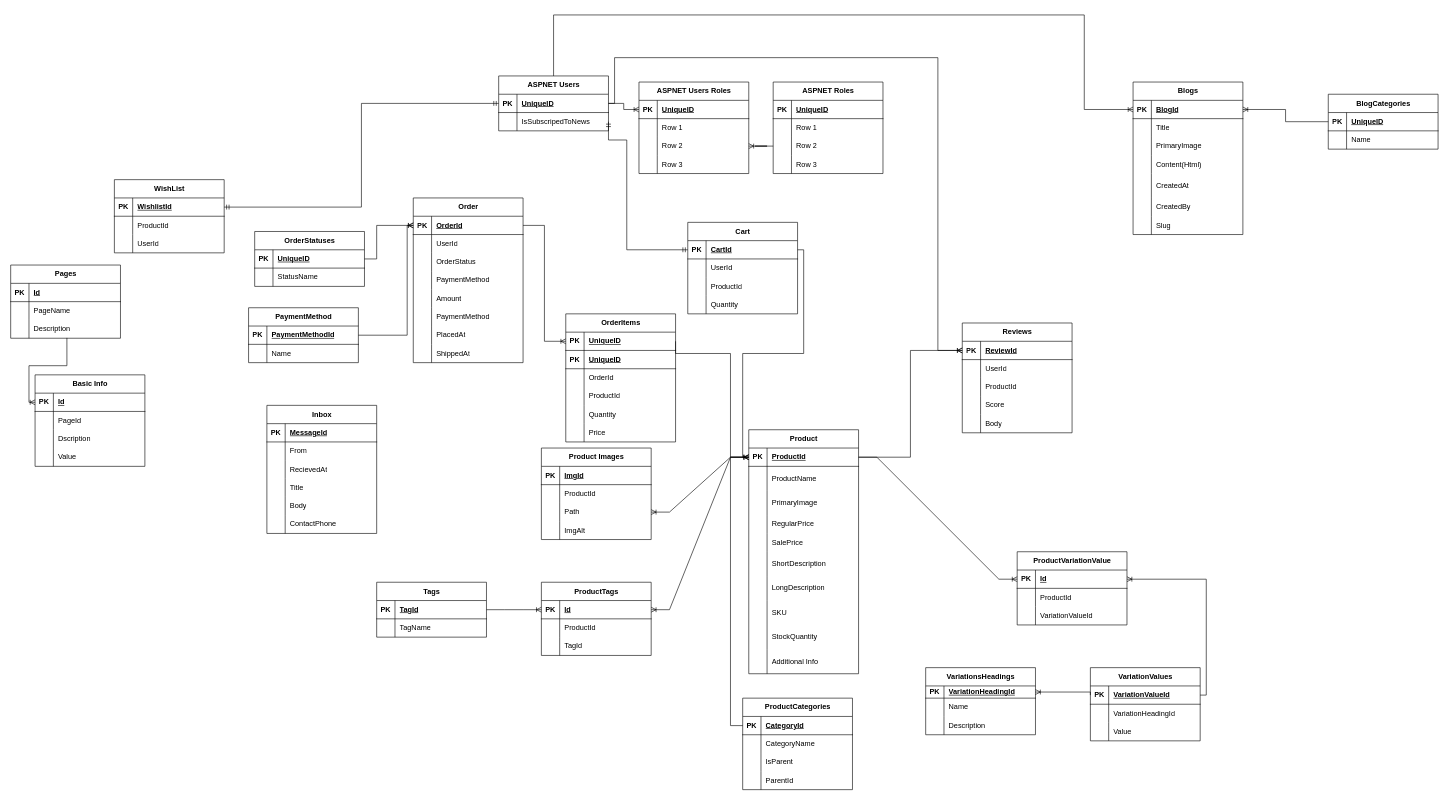
This is Untitled Diagram.drawio from mohamedvoli/Uthr, a draw.io file, before an edit. Source tidied: cells renumbered, new cells numbered last; positions are measured from the earlier drawing's top-left corner, leaving out a move shared by most shapes. Both pictures are drawn from the tidied source at 61%, with x=0, y=0 at pixel (10, 15).
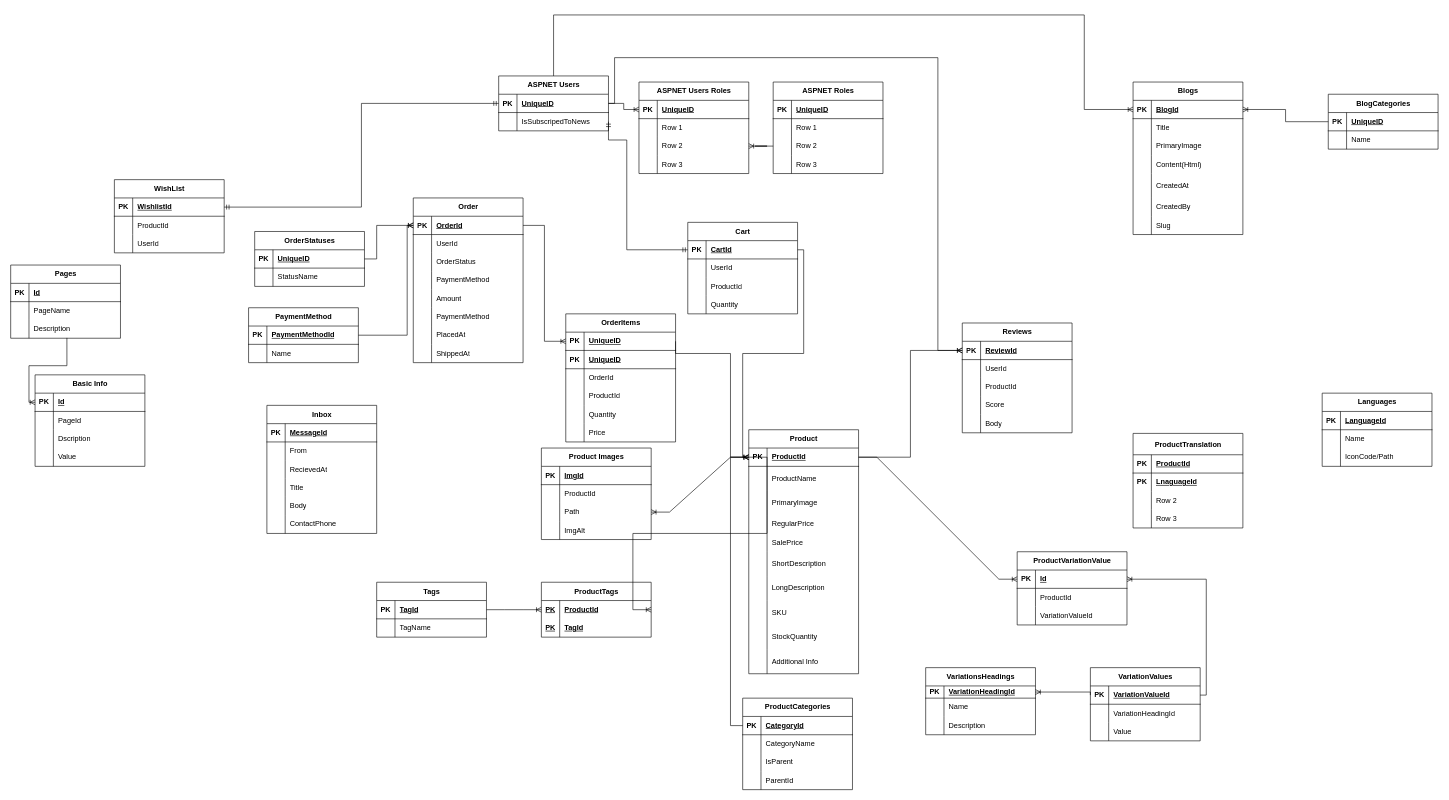
The same diagram, later.

The change refers to these unchanged cells:
```xml
<mxCell id="61" style="shape=tableRow;horizontal=0;startSize=0;swimlaneHead=0;swimlaneBody=0;fillColor=none;points=[[0,0.5],[1,0.5]];portConstraint=eastwest;top=0;left=0;right=0;bottom=1;" parent="60" vertex="1">
  <mxGeometry y="30" width="180" height="30" as="geometry" />
</mxCell>
<mxCell id="92" style="shape=tableRow;horizontal=0;startSize=0;swimlaneHead=0;swimlaneBody=0;fillColor=none;points=[[0,0.5],[1,0.5]];portConstraint=eastwest;top=0;left=0;right=0;bottom=1;" parent="91" vertex="1">
  <mxGeometry y="30" width="180" height="30" as="geometry" />
</mxCell>
```

The edit, as a diff of the source:
```diff
@@
     <mxCell id="112" value="ProductTags" style="shape=table;startSize=30;childLayout=tableLayout;rowLines=0;fontStyle=1;align=center;html=1;" parent="1" vertex="1">
-      <mxGeometry x="870" y="930" width="180" height="120" as="geometry" />
+      <mxGeometry x="870" y="930" width="180" height="90" as="geometry" />
     </mxCell>
-    <mxCell id="113" style="shape=tableRow;horizontal=0;startSize=0;swimlaneHead=0;swimlaneBody=0;fillColor=none;points=[[0,0.5],[1,0.5]];portConstraint=eastwest;top=0;left=0;right=0;bottom=1;" parent="112" vertex="1">
-      <mxGeometry y="30" width="180" height="30" as="geometry" />
-    </mxCell>
-    <mxCell id="114" value="PK" style="shape=partialRectangle;fillColor=none;top=0;left=0;bottom=0;right=0;fontStyle=1;overflow=hidden;whiteSpace=wrap;html=1;" parent="113" vertex="1">
-      <mxGeometry width="30" height="30" as="geometry" />
-    </mxCell>
-    <mxCell id="115" value="Id" style="shape=partialRectangle;fillColor=none;top=0;left=0;bottom=0;right=0;align=left;spacingLeft=6;fontStyle=5;overflow=hidden;whiteSpace=wrap;html=1;" parent="113" vertex="1">
-      <mxGeometry x="30" width="150" height="30" as="geometry" />
-    </mxCell>
     <mxCell id="116" style="shape=tableRow;horizontal=0;startSize=0;swimlaneHead=0;swimlaneBody=0;fillColor=none;top=0;left=0;right=0;bottom=0;" parent="112" vertex="1">
-      <mxGeometry y="60" width="180" height="30" as="geometry" />
+      <mxGeometry y="30" width="180" height="30" as="geometry" />
     </mxCell>
-    <mxCell id="117" style="shape=partialRectangle;fillColor=none;top=0;left=0;bottom=0;right=0;overflow=hidden;whiteSpace=wrap;html=1;" parent="116" vertex="1">
+    <mxCell id="117" value="P&lt;span style=&quot;background-color: transparent; color: light-dark(rgb(0, 0, 0), rgb(255, 255, 255));&quot;&gt;K&lt;/span&gt;" style="shape=partialRectangle;fillColor=none;top=0;left=0;bottom=0;right=0;overflow=hidden;whiteSpace=wrap;html=1;fontStyle=5;" parent="116" vertex="1">
       <mxGeometry width="30" height="30" as="geometry" />
     </mxCell>
-    <mxCell id="118" value="ProductId" style="shape=partialRectangle;fillColor=none;top=0;left=0;bottom=0;right=0;align=left;spacingLeft=6;overflow=hidden;whiteSpace=wrap;html=1;" parent="116" vertex="1">
+    <mxCell id="118" value="&lt;u&gt;ProductId&lt;/u&gt;" style="shape=partialRectangle;fillColor=none;top=0;left=0;bottom=0;right=0;align=left;spacingLeft=6;overflow=hidden;whiteSpace=wrap;html=1;fontStyle=1;" parent="116" vertex="1">
       <mxGeometry x="30" width="150" height="30" as="geometry" />
     </mxCell>
     <mxCell id="119" style="shape=tableRow;horizontal=0;startSize=0;swimlaneHead=0;swimlaneBody=0;fillColor=none;top=0;left=0;right=0;bottom=0;" parent="112" vertex="1">
-      <mxGeometry y="90" width="180" height="30" as="geometry" />
+      <mxGeometry y="60" width="180" height="30" as="geometry" />
     </mxCell>
-    <mxCell id="120" style="shape=partialRectangle;fillColor=none;top=0;left=0;bottom=0;right=0;overflow=hidden;whiteSpace=wrap;html=1;" parent="119" vertex="1">
+    <mxCell id="120" value="PK" style="shape=partialRectangle;fillColor=none;top=0;left=0;bottom=0;right=0;overflow=hidden;whiteSpace=wrap;html=1;fontStyle=5;" parent="119" vertex="1">
       <mxGeometry width="30" height="30" as="geometry" />
     </mxCell>
-    <mxCell id="121" value="TagId" style="shape=partialRectangle;fillColor=none;top=0;left=0;bottom=0;right=0;align=left;spacingLeft=6;overflow=hidden;whiteSpace=wrap;html=1;" parent="119" vertex="1">
+    <mxCell id="121" value="TagId" style="shape=partialRectangle;fillColor=none;top=0;left=0;bottom=0;right=0;align=left;spacingLeft=6;overflow=hidden;whiteSpace=wrap;html=1;fontStyle=5;" parent="119" vertex="1">
       <mxGeometry x="30" width="150" height="30" as="geometry" />
     </mxCell>
-    <mxCell id="122" style="edgeStyle=entityRelationEdgeStyle;fontSize=12;html=1;endArrow=ERoneToMany;rounded=0;exitX=0;exitY=0.5;exitDx=0;exitDy=0;entryX=1;entryY=0.5;entryDx=0;entryDy=0;" parent="1" edge="1" source="61" target="113">
-      <mxGeometry relative="1" as="geometry" />
+    <mxCell id="122" style="edgeStyle=entityRelationEdgeStyle;fontSize=12;html=1;endArrow=ERoneToMany;rounded=0;exitX=0;exitY=0.5;exitDx=0;exitDy=0;entryX=1;entryY=0.5;entryDx=0;entryDy=0;" parent="1" edge="1" source="61">
+      <mxGeometry relative="1" as="geometry">
+        <mxPoint x="1050" y="975" as="targetPoint" />
+      </mxGeometry>
     </mxCell>
-    <mxCell id="123" style="edgeStyle=entityRelationEdgeStyle;fontSize=12;html=1;endArrow=ERoneToMany;rounded=0;entryX=0;entryY=0.5;entryDx=0;entryDy=0;exitX=1;exitY=0.5;exitDx=0;exitDy=0;" parent="1" edge="1" source="92" target="113">
-      <mxGeometry relative="1" as="geometry" />
+    <mxCell id="123" style="edgeStyle=entityRelationEdgeStyle;fontSize=12;html=1;endArrow=ERoneToMany;rounded=0;entryX=0;entryY=0.5;entryDx=0;entryDy=0;exitX=1;exitY=0.5;exitDx=0;exitDy=0;" parent="1" edge="1" source="92">
+      <mxGeometry relative="1" as="geometry">
+        <mxPoint x="870" y="975" as="targetPoint" />
+      </mxGeometry>
     </mxCell>
@@
+    <mxCell id="328" value="Languages" style="shape=table;startSize=30;childLayout=tableLayout;rowLines=0;fontStyle=1;align=center;html=1;" parent="1" vertex="1">
+      <mxGeometry x="2150" y="620" width="180" height="120" as="geometry" />
+    </mxCell>
+    <mxCell id="113" style="shape=tableRow;horizontal=0;startSize=0;swimlaneHead=0;swimlaneBody=0;fillColor=none;points=[[0,0.5],[1,0.5]];portConstraint=eastwest;top=0;left=0;right=0;bottom=1;" parent="328" vertex="1">
+      <mxGeometry y="30" width="180" height="30" as="geometry" />
+    </mxCell>
+    <mxCell id="329" value="PK" style="shape=partialRectangle;fillColor=none;top=0;left=0;bottom=0;right=0;fontStyle=1;overflow=hidden;whiteSpace=wrap;html=1;" parent="113" vertex="1">
+      <mxGeometry width="30" height="30" as="geometry" />
+    </mxCell>
+    <mxCell id="330" value="LanguageId" style="shape=partialRectangle;fillColor=none;top=0;left=0;bottom=0;right=0;align=left;spacingLeft=6;fontStyle=5;overflow=hidden;whiteSpace=wrap;html=1;" parent="113" vertex="1">
+      <mxGeometry x="30" width="150" height="30" as="geometry" />
+    </mxCell>
+    <mxCell id="331" style="shape=tableRow;horizontal=0;startSize=0;swimlaneHead=0;swimlaneBody=0;fillColor=none;top=0;left=0;right=0;bottom=0;" parent="328" vertex="1">
+      <mxGeometry y="60" width="180" height="30" as="geometry" />
+    </mxCell>
+    <mxCell id="332" style="shape=partialRectangle;fillColor=none;top=0;left=0;bottom=0;right=0;overflow=hidden;whiteSpace=wrap;html=1;" parent="331" vertex="1">
+      <mxGeometry width="30" height="30" as="geometry" />
+    </mxCell>
+    <mxCell id="333" value="Name" style="shape=partialRectangle;fillColor=none;top=0;left=0;bottom=0;right=0;align=left;spacingLeft=6;overflow=hidden;whiteSpace=wrap;html=1;" parent="331" vertex="1">
+      <mxGeometry x="30" width="150" height="30" as="geometry" />
+    </mxCell>
+    <mxCell id="334" style="shape=tableRow;horizontal=0;startSize=0;swimlaneHead=0;swimlaneBody=0;fillColor=none;top=0;left=0;right=0;bottom=0;" parent="328" vertex="1">
+      <mxGeometry y="90" width="180" height="30" as="geometry" />
+    </mxCell>
+    <mxCell id="335" style="shape=partialRectangle;fillColor=none;top=0;left=0;bottom=0;right=0;overflow=hidden;whiteSpace=wrap;html=1;" parent="334" vertex="1">
+      <mxGeometry width="30" height="30" as="geometry" />
+    </mxCell>
+    <mxCell id="336" value="IconCode/Path" style="shape=partialRectangle;fillColor=none;top=0;left=0;bottom=0;right=0;align=left;spacingLeft=6;overflow=hidden;whiteSpace=wrap;html=1;" parent="334" vertex="1">
+      <mxGeometry x="30" width="150" height="30" as="geometry" />
+    </mxCell>
+    <mxCell id="337" value="ProductTranslation" style="shape=table;startSize=35;childLayout=tableLayout;rowLines=0;fontStyle=1;align=center;html=1;" parent="1" vertex="1">
+      <mxGeometry x="1840" y="686" width="180" height="155" as="geometry" />
+    </mxCell>
+    <mxCell id="338" style="shape=tableRow;horizontal=0;startSize=0;swimlaneHead=0;swimlaneBody=0;fillColor=none;top=0;left=0;right=0;bottom=1;" parent="337" vertex="1">
+      <mxGeometry y="35" width="180" height="30" as="geometry" />
+    </mxCell>
+    <mxCell id="339" value="PK" style="shape=partialRectangle;fillColor=none;top=0;left=0;bottom=0;right=0;fontStyle=1;overflow=hidden;whiteSpace=wrap;html=1;" parent="338" vertex="1">
+      <mxGeometry width="30" height="30" as="geometry" />
+    </mxCell>
+    <mxCell id="340" value="ProductId" style="shape=partialRectangle;fillColor=none;top=0;left=0;bottom=0;right=0;align=left;spacingLeft=6;fontStyle=5;overflow=hidden;whiteSpace=wrap;html=1;" parent="338" vertex="1">
+      <mxGeometry x="30" width="150" height="30" as="geometry" />
+    </mxCell>
+    <mxCell id="341" style="shape=tableRow;horizontal=0;startSize=0;swimlaneHead=0;swimlaneBody=0;fillColor=none;top=0;left=0;right=0;bottom=0;" parent="337" vertex="1">
+      <mxGeometry y="65" width="180" height="30" as="geometry" />
+    </mxCell>
+    <mxCell id="342" value="&lt;b&gt;PK&lt;/b&gt;" style="shape=partialRectangle;fillColor=none;top=0;left=0;bottom=0;right=0;overflow=hidden;whiteSpace=wrap;html=1;" parent="341" vertex="1">
+      <mxGeometry width="30" height="30" as="geometry" />
+    </mxCell>
+    <mxCell id="343" value="&lt;b&gt;&lt;u&gt;LnaguageId&lt;/u&gt;&lt;/b&gt;" style="shape=partialRectangle;fillColor=none;top=0;left=0;bottom=0;right=0;align=left;spacingLeft=6;overflow=hidden;whiteSpace=wrap;html=1;" parent="341" vertex="1">
+      <mxGeometry x="30" width="150" height="30" as="geometry" />
+    </mxCell>
+    <mxCell id="344" style="shape=tableRow;horizontal=0;startSize=0;swimlaneHead=0;swimlaneBody=0;fillColor=none;top=0;left=0;right=0;bottom=0;" parent="337" vertex="1">
+      <mxGeometry y="95" width="180" height="30" as="geometry" />
+    </mxCell>
+    <mxCell id="345" style="shape=partialRectangle;fillColor=none;top=0;left=0;bottom=0;right=0;overflow=hidden;whiteSpace=wrap;html=1;" parent="344" vertex="1">
+      <mxGeometry width="30" height="30" as="geometry" />
+    </mxCell>
+    <mxCell id="346" value="Row 2" style="shape=partialRectangle;fillColor=none;top=0;left=0;bottom=0;right=0;align=left;spacingLeft=6;overflow=hidden;whiteSpace=wrap;html=1;" parent="344" vertex="1">
+      <mxGeometry x="30" width="150" height="30" as="geometry" />
+    </mxCell>
+    <mxCell id="347" style="shape=tableRow;horizontal=0;startSize=0;swimlaneHead=0;swimlaneBody=0;fillColor=none;top=0;left=0;right=0;bottom=0;" parent="337" vertex="1">
+      <mxGeometry y="125" width="180" height="30" as="geometry" />
+    </mxCell>
+    <mxCell id="348" style="shape=partialRectangle;fillColor=none;top=0;left=0;bottom=0;right=0;overflow=hidden;whiteSpace=wrap;html=1;" parent="347" vertex="1">
+      <mxGeometry width="30" height="30" as="geometry" />
+    </mxCell>
+    <mxCell id="349" value="Row 3" style="shape=partialRectangle;fillColor=none;top=0;left=0;bottom=0;right=0;align=left;spacingLeft=6;overflow=hidden;whiteSpace=wrap;html=1;" parent="347" vertex="1">
+      <mxGeometry x="30" width="150" height="30" as="geometry" />
+    </mxCell>
```
